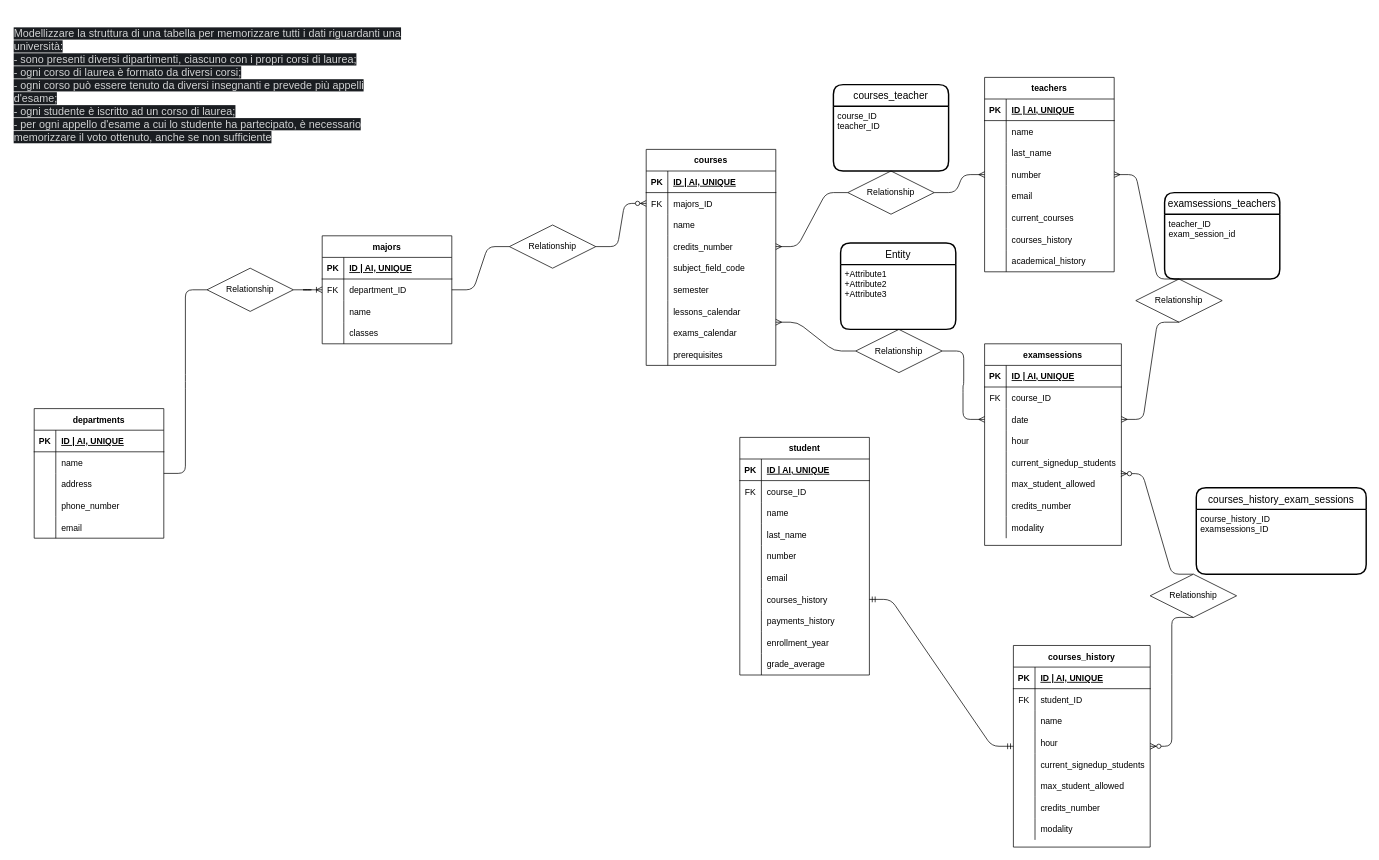
Above: db.drawio in AnTosi/db-university (draw.io), before the change. Source tidied: cells renumbered, new cells numbered last; positions are measured from the earlier drawing's top-left corner, leaving out a move shared by most shapes. Both pictures are drawn from the tidied source at 72%, with x=0, y=0 at pixel (12, 12).
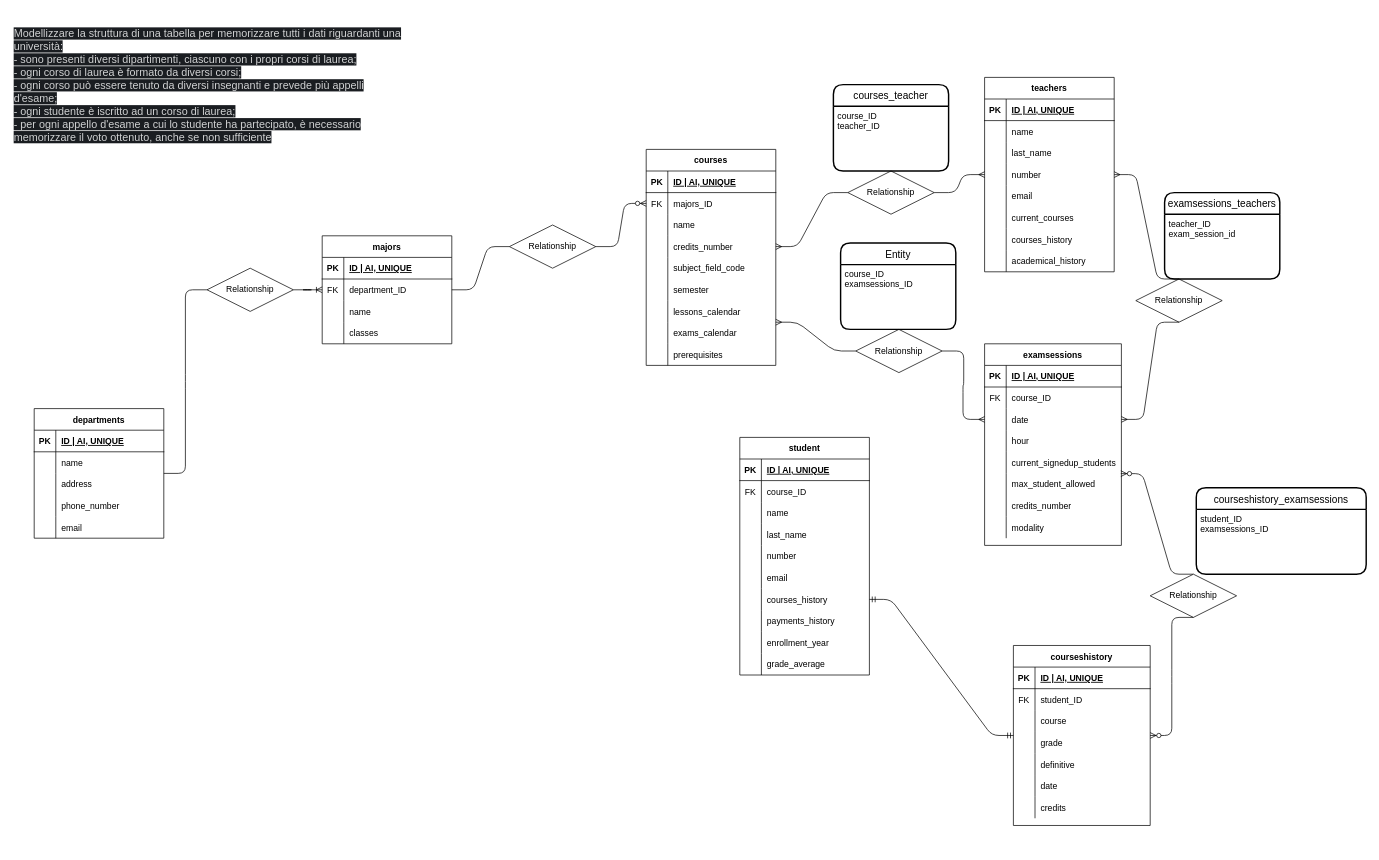
The same page after the edit.

Commit message:
end table modellization

Unchanged cells that the change refers to:
```xml
<mxCell id="164" style="shape=partialRectangle;fillColor=none;top=0;left=0;bottom=0;right=0;" parent="157" vertex="1">
  <mxGeometry y="90" width="190" height="30" as="geometry" />
</mxCell>
<mxCell id="167" style="shape=partialRectangle;fillColor=none;top=0;left=0;bottom=0;right=0;" parent="157" vertex="1">
  <mxGeometry y="120" width="190" height="30" as="geometry" />
</mxCell>
<mxCell id="170" style="shape=partialRectangle;fillColor=none;top=0;left=0;bottom=0;right=0;" parent="157" vertex="1">
  <mxGeometry y="150" width="190" height="30" as="geometry" />
</mxCell>
<mxCell id="173" style="shape=partialRectangle;fillColor=none;top=0;left=0;bottom=0;right=0;" parent="157" vertex="1">
  <mxGeometry y="180" width="190" height="30" as="geometry" />
</mxCell>
<mxCell id="176" style="shape=partialRectangle;fillColor=none;top=0;left=0;bottom=0;right=0;" parent="157" vertex="1">
  <mxGeometry y="210" width="190" height="30" as="geometry" />
</mxCell>
<mxCell id="191" value="Entity" style="swimlane;horizontal=1;startSize=30;rounded=1;fontSize=14;fontStyle=0;strokeWidth=2;shadow=0;dashed=0;align=center;" parent="1" vertex="1">
  <mxGeometry x="1150" y="320" width="160" height="120" as="geometry" />
</mxCell>
```

Change to the diagram source:
```diff
@@
-    <mxCell id="157" value="courses_history" style="shape=table;startSize=30;childLayout=tableLayout;rowLines=0;fontStyle=1;align=center;" parent="1" vertex="1">
-      <mxGeometry x="1390" y="879" width="190" height="280" as="geometry" />
+    <mxCell id="157" value="courseshistory" style="shape=table;startSize=30;childLayout=tableLayout;rowLines=0;fontStyle=1;align=center;" parent="1" vertex="1">
+      <mxGeometry x="1390" y="879" width="190" height="250" as="geometry" />
     </mxCell>
@@
-    <mxCell id="166" value="name" style="shape=partialRectangle;fillColor=none;top=0;left=0;bottom=0;right=0;align=left;spacingLeft=6;overflow=hidden;" parent="164" vertex="1">
+    <mxCell id="166" value="course" style="shape=partialRectangle;fillColor=none;top=0;left=0;bottom=0;right=0;align=left;spacingLeft=6;overflow=hidden;" parent="164" vertex="1">
       <mxGeometry x="30" width="160" height="30" as="geometry" />
     </mxCell>
@@
-    <mxCell id="169" value="hour" style="shape=partialRectangle;fillColor=none;top=0;left=0;bottom=0;right=0;align=left;spacingLeft=6;overflow=hidden;" parent="167" vertex="1">
+    <mxCell id="169" value="grade" style="shape=partialRectangle;fillColor=none;top=0;left=0;bottom=0;right=0;align=left;spacingLeft=6;overflow=hidden;" parent="167" vertex="1">
       <mxGeometry x="30" width="160" height="30" as="geometry" />
     </mxCell>
@@
-    <mxCell id="172" value="current_signedup_students" style="shape=partialRectangle;fillColor=none;top=0;left=0;bottom=0;right=0;align=left;spacingLeft=6;overflow=hidden;" parent="170" vertex="1">
+    <mxCell id="172" value="definitive" style="shape=partialRectangle;fillColor=none;top=0;left=0;bottom=0;right=0;align=left;spacingLeft=6;overflow=hidden;" parent="170" vertex="1">
       <mxGeometry x="30" width="160" height="30" as="geometry" />
     </mxCell>
@@
-    <mxCell id="175" value="max_student_allowed" style="shape=partialRectangle;fillColor=none;top=0;left=0;bottom=0;right=0;align=left;spacingLeft=6;overflow=hidden;" parent="173" vertex="1">
+    <mxCell id="175" value="date" style="shape=partialRectangle;fillColor=none;top=0;left=0;bottom=0;right=0;align=left;spacingLeft=6;overflow=hidden;" parent="173" vertex="1">
       <mxGeometry x="30" width="160" height="30" as="geometry" />
     </mxCell>
@@
-    <mxCell id="178" value="credits_number" style="shape=partialRectangle;fillColor=none;top=0;left=0;bottom=0;right=0;align=left;spacingLeft=6;overflow=hidden;" parent="176" vertex="1">
+    <mxCell id="178" value="credits" style="shape=partialRectangle;fillColor=none;top=0;left=0;bottom=0;right=0;align=left;spacingLeft=6;overflow=hidden;" parent="176" vertex="1">
       <mxGeometry x="30" width="160" height="30" as="geometry" />
     </mxCell>
-    <mxCell id="179" style="shape=partialRectangle;fillColor=none;top=0;left=0;bottom=0;right=0;" parent="157" vertex="1">
-      <mxGeometry y="240" width="190" height="30" as="geometry" />
-    </mxCell>
-    <mxCell id="180" style="shape=partialRectangle;fillColor=none;top=0;left=0;bottom=0;right=0;overflow=hidden;" parent="179" vertex="1">
-      <mxGeometry width="30" height="30" as="geometry" />
-    </mxCell>
-    <mxCell id="181" value="modality" style="shape=partialRectangle;fillColor=none;top=0;left=0;bottom=0;right=0;align=left;spacingLeft=6;overflow=hidden;" parent="179" vertex="1">
-      <mxGeometry x="30" width="160" height="30" as="geometry" />
-    </mxCell>
@@
-    <mxCell id="186" value="courses_history_exam_sessions" style="swimlane;horizontal=1;startSize=30;rounded=1;fontSize=14;fontStyle=0;strokeWidth=2;shadow=0;dashed=0;align=center;" parent="1" vertex="1">
+    <mxCell id="186" value="courseshistory_examsessions" style="swimlane;horizontal=1;startSize=30;rounded=1;fontSize=14;fontStyle=0;strokeWidth=2;shadow=0;dashed=0;align=center;" parent="1" vertex="1">
       <mxGeometry x="1644" y="660" width="236" height="120" as="geometry" />
     </mxCell>
-    <mxCell id="187" value="course_history_ID&#10;examsessions_ID" style="align=left;strokeColor=none;fillColor=none;spacingLeft=4;fontSize=12;verticalAlign=top;" parent="186" vertex="1">
+    <mxCell id="187" value="student_ID&#10;examsessions_ID" style="align=left;strokeColor=none;fillColor=none;spacingLeft=4;fontSize=12;verticalAlign=top;" parent="186" vertex="1">
       <mxGeometry y="30" width="236" height="90" as="geometry" />
     </mxCell>
@@
-    <mxCell id="192" value="+Attribute1&#10;+Attribute2&#10;+Attribute3" style="align=left;strokeColor=none;fillColor=none;spacingLeft=4;fontSize=12;verticalAlign=top;" parent="191" vertex="1">
+    <mxCell id="192" value="course_ID&#10;examsessions_ID" style="align=left;strokeColor=none;fillColor=none;spacingLeft=4;fontSize=12;verticalAlign=top;" parent="191" vertex="1">
       <mxGeometry y="30" width="160" height="90" as="geometry" />
     </mxCell>
```
